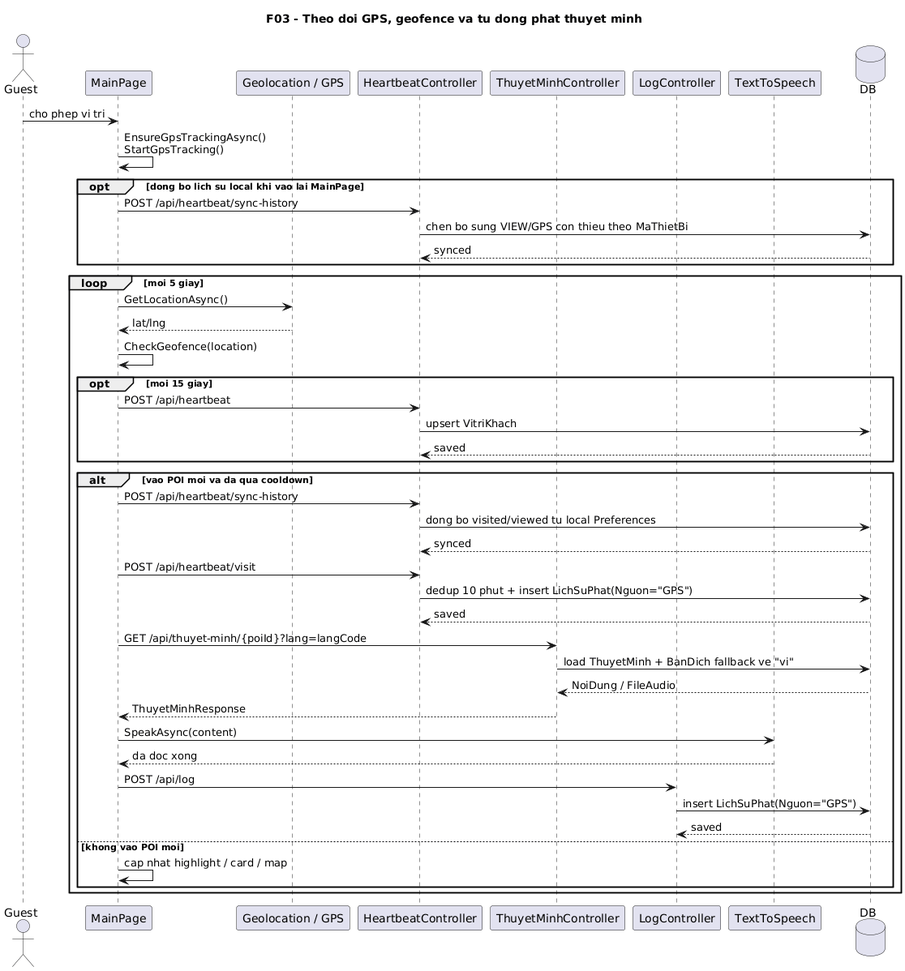
Above: docs/diagrams/png/03-geofence-audio-sequence.png in VoBao182/PhoAmThuc (PlantUML), before the change.
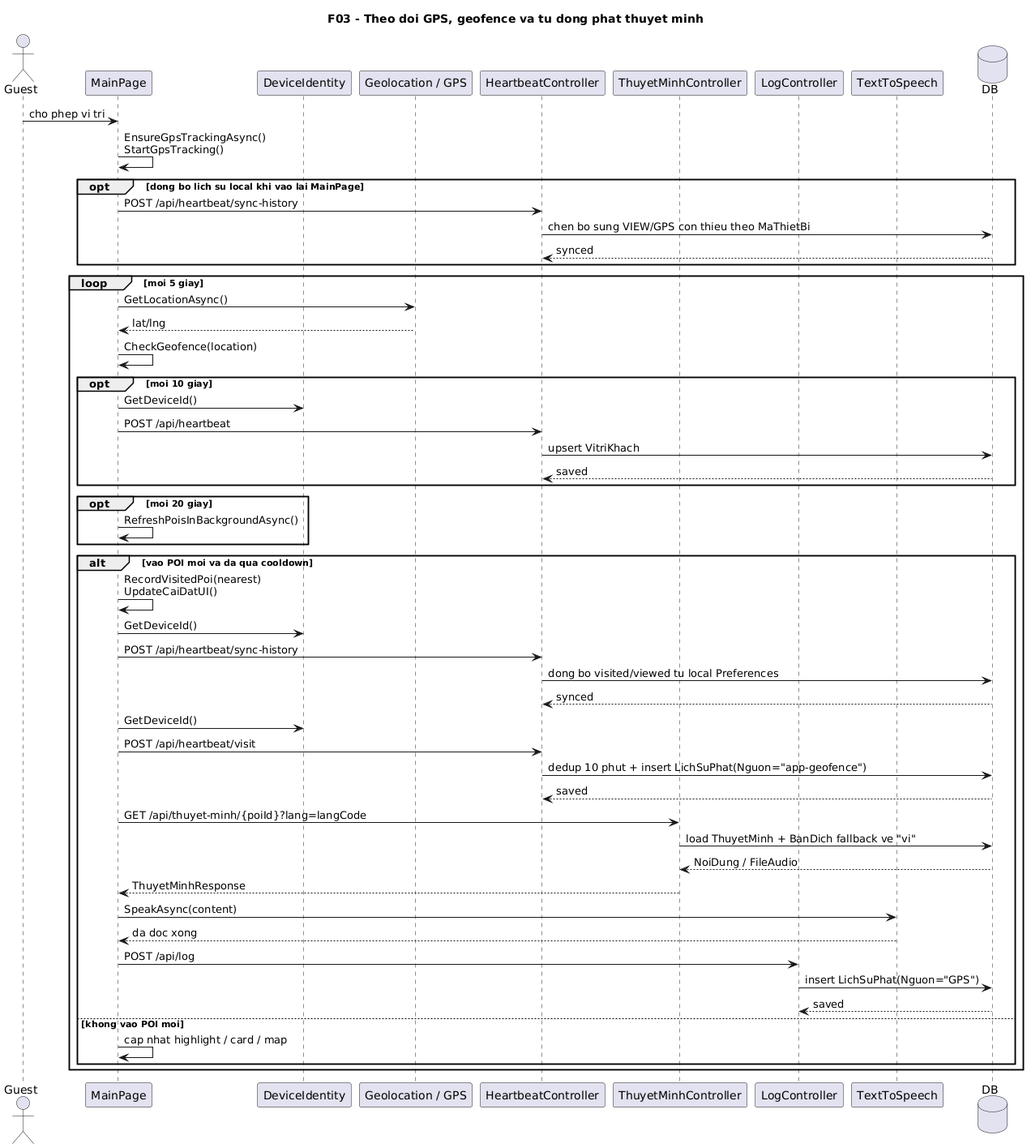
After the change.

Change to the diagram source:
```diff
@@ -3,6 +3,7 @@
 
 actor Guest
 participant MainPage
+participant DeviceIdentity
 participant "Geolocation / GPS" as GPS
 participant "HeartbeatController" as HeartbeatController
 participant "ThuyetMinhController" as ThuyetMinhController
@@ -23,19 +24,27 @@
   GPS --> MainPage: lat/lng
   MainPage -> MainPage: CheckGeofence(location)
 
-  opt moi 15 giay
+  opt moi 10 giay
+    MainPage -> DeviceIdentity: GetDeviceId()
     MainPage -> HeartbeatController: POST /api/heartbeat
     HeartbeatController -> DB: upsert VitriKhach
     DB --> HeartbeatController: saved
   end
 
+  opt moi 20 giay
+    MainPage -> MainPage: RefreshPoisInBackgroundAsync()
+  end
+
   alt vao POI moi va da qua cooldown
+    MainPage -> MainPage: RecordVisitedPoi(nearest)\nUpdateCaiDatUI()
+    MainPage -> DeviceIdentity: GetDeviceId()
     MainPage -> HeartbeatController: POST /api/heartbeat/sync-history
     HeartbeatController -> DB: dong bo visited/viewed tu local Preferences
     DB --> HeartbeatController: synced
 
+    MainPage -> DeviceIdentity: GetDeviceId()
     MainPage -> HeartbeatController: POST /api/heartbeat/visit
-    HeartbeatController -> DB: dedup 10 phut + insert LichSuPhat(Nguon="GPS")
+    HeartbeatController -> DB: dedup 10 phut + insert LichSuPhat(Nguon="app-geofence")
     DB --> HeartbeatController: saved
 
     MainPage -> ThuyetMinhController: GET /api/thuyet-minh/{poiId}?lang=langCode
```
